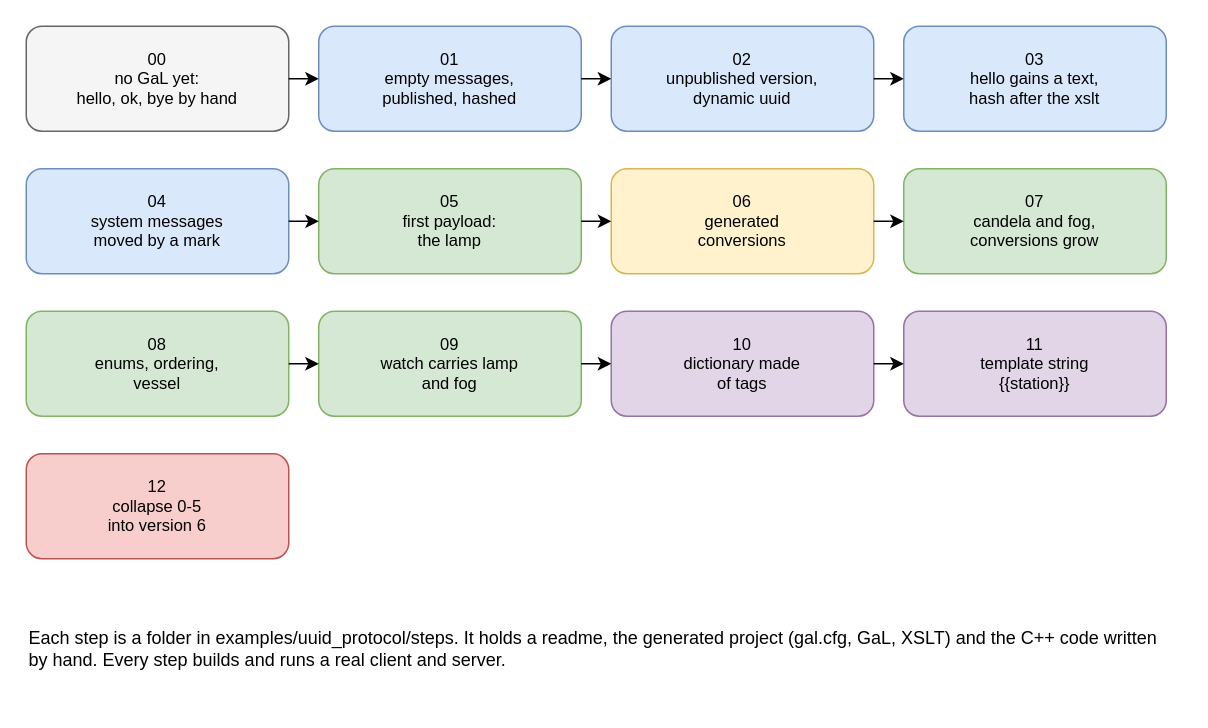
Earlier version of the draw.io diagram drawio/22_uuid_steps.drawio (goloveshin/galimatron_doc). Source tidied: cells renumbered, new cells numbered last; positions are measured from the earlier drawing's top-left corner, leaving out a move shared by most shapes. Both pictures are drawn from the tidied source at 150%, with x=0, y=0 at pixel (26, 26).
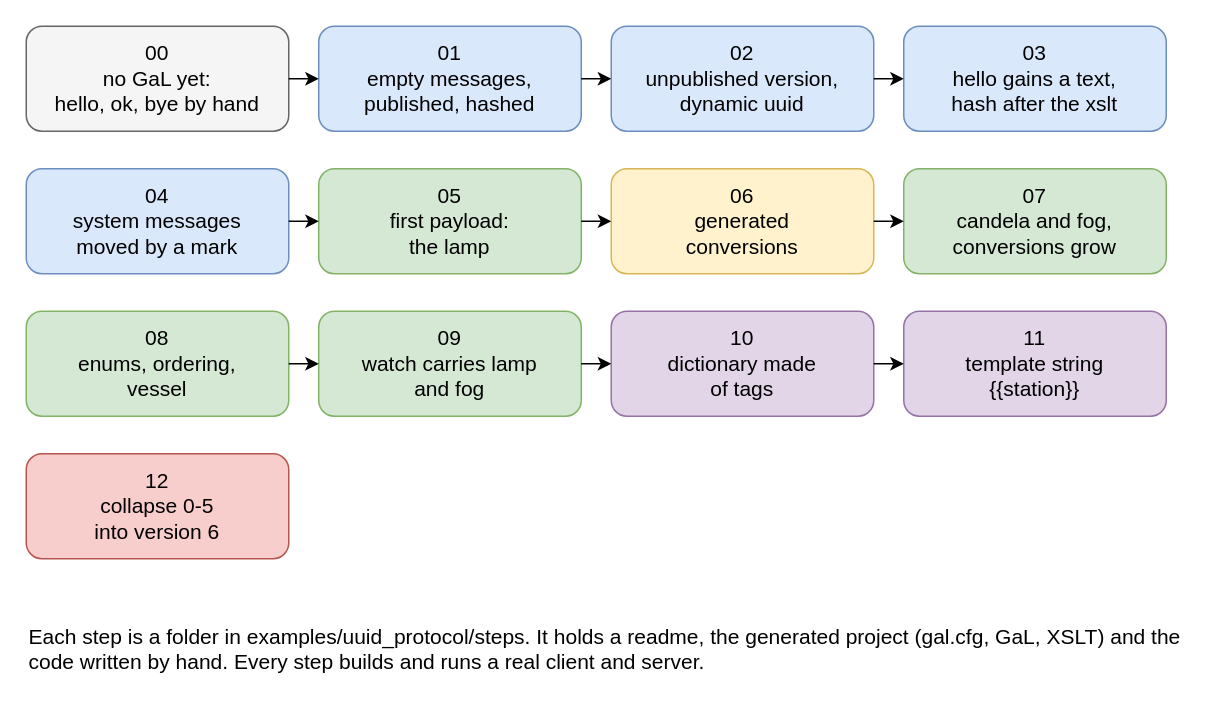
The same page after the edit.

Diff of the diagram source:
```diff
@@
-    <mxCell id="2" value="00&lt;br&gt;no GaL yet:&lt;br&gt;hello, ok, bye by hand" style="rounded=1;whiteSpace=wrap;html=1;fillColor=#f5f5f5;strokeColor=#666666;fontSize=11;" parent="1" vertex="1">
+    <mxCell id="2" value="00&lt;br&gt;no GaL yet:&lt;br&gt;hello, ok, bye by hand" style="rounded=1;whiteSpace=wrap;html=1;fillColor=#f5f5f5;strokeColor=#666666;fontSize=14;" parent="1" vertex="1">
       <mxGeometry width="175" height="70" as="geometry" />
     </mxCell>
-    <mxCell id="3" value="01&lt;br&gt;empty messages,&lt;br&gt;published, hashed" style="rounded=1;whiteSpace=wrap;html=1;fillColor=#dae8fc;strokeColor=#6c8ebf;fontSize=11;" parent="1" vertex="1">
+    <mxCell id="3" value="01&lt;br&gt;empty messages,&lt;br&gt;published, hashed" style="rounded=1;whiteSpace=wrap;html=1;fillColor=#dae8fc;strokeColor=#6c8ebf;fontSize=14;" parent="1" vertex="1">
       <mxGeometry x="195" width="175" height="70" as="geometry" />
     </mxCell>
-    <mxCell id="4" value="02&lt;br&gt;unpublished version,&lt;br&gt;dynamic uuid" style="rounded=1;whiteSpace=wrap;html=1;fillColor=#dae8fc;strokeColor=#6c8ebf;fontSize=11;" parent="1" vertex="1">
+    <mxCell id="4" value="02&lt;br&gt;unpublished version,&lt;br&gt;dynamic uuid" style="rounded=1;whiteSpace=wrap;html=1;fillColor=#dae8fc;strokeColor=#6c8ebf;fontSize=14;" parent="1" vertex="1">
       <mxGeometry x="390" width="175" height="70" as="geometry" />
     </mxCell>
-    <mxCell id="5" value="03&lt;br&gt;hello gains a text,&lt;br&gt;hash after the xslt" style="rounded=1;whiteSpace=wrap;html=1;fillColor=#dae8fc;strokeColor=#6c8ebf;fontSize=11;" parent="1" vertex="1">
+    <mxCell id="5" value="03&lt;br&gt;hello gains a text,&lt;br&gt;hash after the xslt" style="rounded=1;whiteSpace=wrap;html=1;fillColor=#dae8fc;strokeColor=#6c8ebf;fontSize=14;" parent="1" vertex="1">
       <mxGeometry x="585" width="175" height="70" as="geometry" />
     </mxCell>
-    <mxCell id="6" value="04&lt;br&gt;system messages&lt;br&gt;moved by a mark" style="rounded=1;whiteSpace=wrap;html=1;fillColor=#dae8fc;strokeColor=#6c8ebf;fontSize=11;" parent="1" vertex="1">
+    <mxCell id="6" value="04&lt;br&gt;system messages&lt;br&gt;moved by a mark" style="rounded=1;whiteSpace=wrap;html=1;fillColor=#dae8fc;strokeColor=#6c8ebf;fontSize=14;" parent="1" vertex="1">
       <mxGeometry y="95" width="175" height="70" as="geometry" />
     </mxCell>
-    <mxCell id="7" value="05&lt;br&gt;first payload:&lt;br&gt;the lamp" style="rounded=1;whiteSpace=wrap;html=1;fillColor=#d5e8d4;strokeColor=#82b366;fontSize=11;" parent="1" vertex="1">
+    <mxCell id="7" value="05&lt;br&gt;first payload:&lt;br&gt;the lamp" style="rounded=1;whiteSpace=wrap;html=1;fillColor=#d5e8d4;strokeColor=#82b366;fontSize=14;" parent="1" vertex="1">
       <mxGeometry x="195" y="95" width="175" height="70" as="geometry" />
     </mxCell>
-    <mxCell id="8" value="06&lt;br&gt;generated&lt;br&gt;conversions" style="rounded=1;whiteSpace=wrap;html=1;fillColor=#fff2cc;strokeColor=#d6b656;fontSize=11;" parent="1" vertex="1">
+    <mxCell id="8" value="06&lt;br&gt;generated&lt;br&gt;conversions" style="rounded=1;whiteSpace=wrap;html=1;fillColor=#fff2cc;strokeColor=#d6b656;fontSize=14;" parent="1" vertex="1">
       <mxGeometry x="390" y="95" width="175" height="70" as="geometry" />
     </mxCell>
-    <mxCell id="9" value="07&lt;br&gt;candela and fog,&lt;br&gt;conversions grow" style="rounded=1;whiteSpace=wrap;html=1;fillColor=#d5e8d4;strokeColor=#82b366;fontSize=11;" parent="1" vertex="1">
+    <mxCell id="9" value="07&lt;br&gt;candela and fog,&lt;br&gt;conversions grow" style="rounded=1;whiteSpace=wrap;html=1;fillColor=#d5e8d4;strokeColor=#82b366;fontSize=14;" parent="1" vertex="1">
       <mxGeometry x="585" y="95" width="175" height="70" as="geometry" />
     </mxCell>
-    <mxCell id="10" value="08&lt;br&gt;enums, ordering,&lt;br&gt;vessel" style="rounded=1;whiteSpace=wrap;html=1;fillColor=#d5e8d4;strokeColor=#82b366;fontSize=11;" parent="1" vertex="1">
+    <mxCell id="10" value="08&lt;br&gt;enums, ordering,&lt;br&gt;vessel" style="rounded=1;whiteSpace=wrap;html=1;fillColor=#d5e8d4;strokeColor=#82b366;fontSize=14;" parent="1" vertex="1">
       <mxGeometry y="190" width="175" height="70" as="geometry" />
     </mxCell>
-    <mxCell id="11" value="09&lt;br&gt;watch carries lamp&lt;br&gt;and fog" style="rounded=1;whiteSpace=wrap;html=1;fillColor=#d5e8d4;strokeColor=#82b366;fontSize=11;" parent="1" vertex="1">
+    <mxCell id="11" value="09&lt;br&gt;watch carries lamp&lt;br&gt;and fog" style="rounded=1;whiteSpace=wrap;html=1;fillColor=#d5e8d4;strokeColor=#82b366;fontSize=14;" parent="1" vertex="1">
       <mxGeometry x="195" y="190" width="175" height="70" as="geometry" />
     </mxCell>
-    <mxCell id="12" value="10&lt;br&gt;dictionary made&lt;br&gt;of tags" style="rounded=1;whiteSpace=wrap;html=1;fillColor=#e1d5e7;strokeColor=#9673a6;fontSize=11;" parent="1" vertex="1">
+    <mxCell id="12" value="10&lt;br&gt;dictionary made&lt;br&gt;of tags" style="rounded=1;whiteSpace=wrap;html=1;fillColor=#e1d5e7;strokeColor=#9673a6;fontSize=14;" parent="1" vertex="1">
       <mxGeometry x="390" y="190" width="175" height="70" as="geometry" />
     </mxCell>
-    <mxCell id="13" value="11&lt;br&gt;template string&lt;br&gt;{{station}}" style="rounded=1;whiteSpace=wrap;html=1;fillColor=#e1d5e7;strokeColor=#9673a6;fontSize=11;" parent="1" vertex="1">
+    <mxCell id="13" value="11&lt;br&gt;template string&lt;br&gt;{{station}}" style="rounded=1;whiteSpace=wrap;html=1;fillColor=#e1d5e7;strokeColor=#9673a6;fontSize=14;" parent="1" vertex="1">
       <mxGeometry x="585" y="190" width="175" height="70" as="geometry" />
     </mxCell>
-    <mxCell id="14" value="12&lt;br&gt;collapse 0-5&lt;br&gt;into version 6" style="rounded=1;whiteSpace=wrap;html=1;fillColor=#f8cecc;strokeColor=#b85450;fontSize=11;" parent="1" vertex="1">
+    <mxCell id="14" value="12&lt;br&gt;collapse 0-5&lt;br&gt;into version 6" style="rounded=1;whiteSpace=wrap;html=1;fillColor=#f8cecc;strokeColor=#b85450;fontSize=14;" parent="1" vertex="1">
       <mxGeometry y="285" width="175" height="70" as="geometry" />
     </mxCell>
@@
-    <mxCell id="24" value="Each step is a folder in examples/uuid_protocol/steps. It holds a readme, the generated project (gal.cfg, GaL, XSLT) and the C++ code written by hand. Every step builds and runs a real client and server." style="text;html=1;whiteSpace=wrap;verticalAlign=middle;align=left;" parent="1" vertex="1">
+    <mxCell id="24" value="Each step is a folder in examples/uuid_protocol/steps. It holds a readme, the generated project (gal.cfg, GaL, XSLT) and the code written by hand. Every step builds and runs a real client and server." style="text;html=1;whiteSpace=wrap;verticalAlign=middle;align=left;fontSize=14;" parent="1" vertex="1">
       <mxGeometry y="380" width="770" height="70" as="geometry" />
     </mxCell>
```
